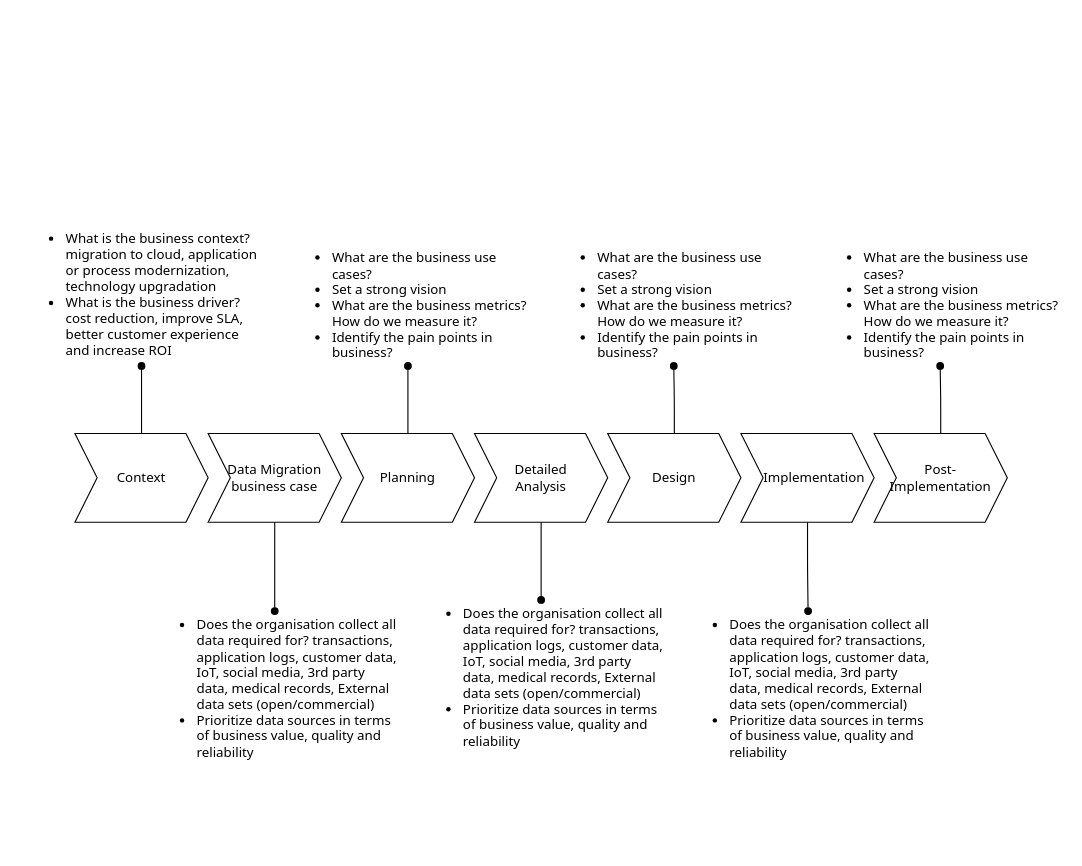
Earlier version of the draw.io diagram data migration plan.drawio (kanchantewary/MindMaps). Source tidied: cells renumbered, new cells numbered last; positions are measured from the earlier drawing's top-left corner, leaving out a move shared by most shapes. Both pictures are drawn from the tidied source at 111%, with x=0, y=0 at pixel (19, 222).
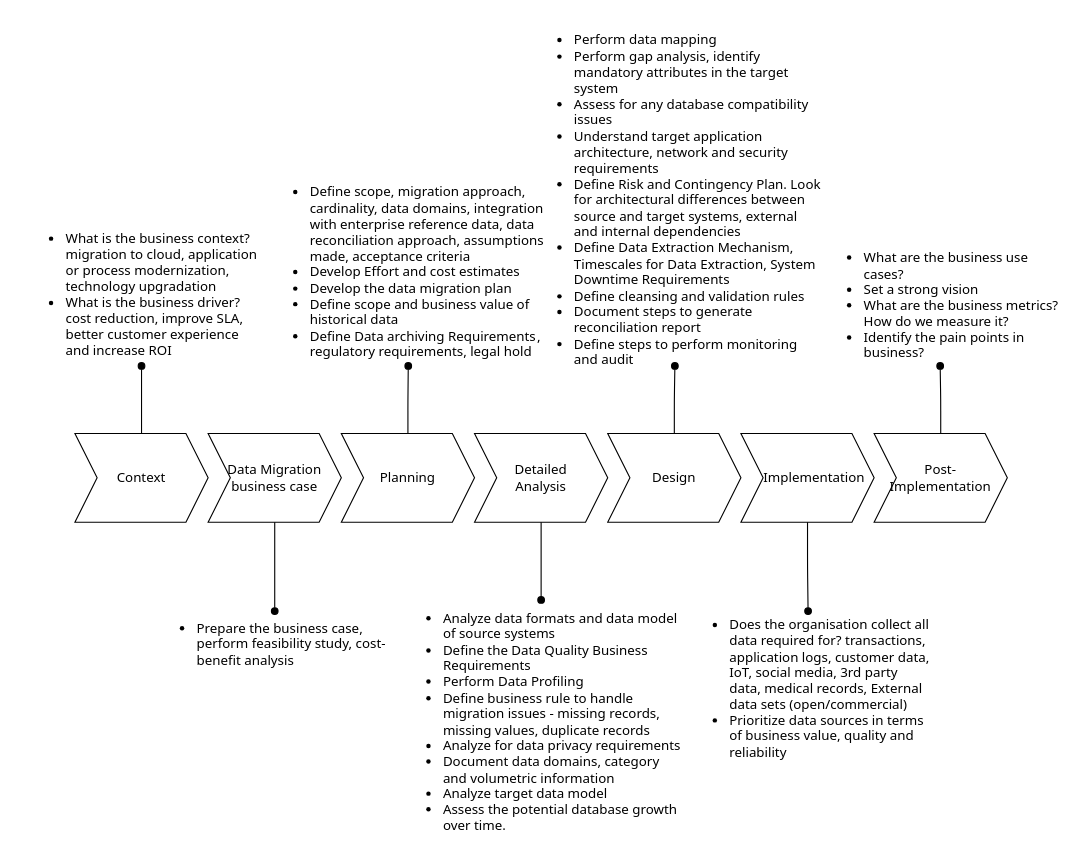
Above is the later version.

Diff of the diagram source:
```diff
@@
-    <mxCell id="12" value="&lt;ul&gt;&lt;li&gt;Does the organisation collect all data required for? transactions, application logs, customer data, IoT, social media, 3rd party data, medical records, External data sets (open/commercial)&lt;/li&gt;&lt;li&gt;Prioritize data sources in terms of business value, quality and reliability&lt;/li&gt;&lt;/ul&gt;" style="text;html=1;strokeColor=none;fillColor=none;align=left;verticalAlign=middle;whiteSpace=wrap;rounded=0;fontFamily=Tahoma;" parent="1" vertex="1">
-      <mxGeometry x="117.5" y="350" width="225" height="140" as="geometry" />
+    <mxCell id="12" value="&lt;ul&gt;&lt;li&gt;Prepare the business case, perform feasibility study, cost-benefit analysis&lt;/li&gt;&lt;/ul&gt;" style="text;html=1;strokeColor=none;fillColor=none;align=left;verticalAlign=middle;whiteSpace=wrap;rounded=0;fontFamily=Tahoma;" parent="1" vertex="1">
+      <mxGeometry x="117.5" y="350" width="225" height="60" as="geometry" />
     </mxCell>
@@
-    <mxCell id="14" value="&lt;ul&gt;&lt;li&gt;What are the business use cases?&lt;/li&gt;&lt;li&gt;Set a strong vision&lt;/li&gt;&lt;li&gt;What are the business metrics? How do we measure it?&lt;/li&gt;&lt;li&gt;Identify the pain points in business?&lt;/li&gt;&lt;/ul&gt;" style="text;html=1;strokeColor=none;fillColor=none;align=left;verticalAlign=middle;whiteSpace=wrap;rounded=0;fontFamily=Tahoma;" parent="1" vertex="1">
-      <mxGeometry x="239.5" y="20" width="221" height="109.2" as="geometry" />
+    <mxCell id="14" value="&lt;ul&gt;&lt;li&gt;Define scope, migration approach, cardinality, data domains, integration with enterprise reference data, data reconciliation approach, assumptions made, acceptance criteria&lt;/li&gt;&lt;li&gt;Develop Effort and cost estimates&lt;/li&gt;&lt;li&gt;Develop the data migration plan&lt;/li&gt;&lt;li&gt;Define scope and business value of historical data&lt;/li&gt;&lt;li&gt;Define Data archiving Requirements , regulatory requirements, legal hold&lt;/li&gt;&lt;/ul&gt;" style="text;html=1;strokeColor=none;fillColor=none;align=left;verticalAlign=middle;whiteSpace=wrap;rounded=0;fontFamily=Tahoma;" parent="1" vertex="1">
+      <mxGeometry x="219.5" y="-40" width="261.5" height="169.2" as="geometry" />
     </mxCell>
@@
-    <mxCell id="16" value="&lt;ul&gt;&lt;li&gt;What are the business use cases?&lt;/li&gt;&lt;li&gt;Set a strong vision&lt;/li&gt;&lt;li&gt;What are the business metrics? How do we measure it?&lt;/li&gt;&lt;li&gt;Identify the pain points in business?&lt;/li&gt;&lt;/ul&gt;" style="text;html=1;strokeColor=none;fillColor=none;align=left;verticalAlign=middle;whiteSpace=wrap;rounded=0;fontFamily=Tahoma;" parent="1" vertex="1">
-      <mxGeometry x="479" y="20" width="221" height="109.2" as="geometry" />
+    <mxCell id="16" value="&lt;ul&gt;&lt;li&gt;Perform data mapping&lt;/li&gt;&lt;li&gt;Perform gap analysis, identify mandatory attributes in the target system&lt;/li&gt;&lt;li&gt;Assess for any database compatibility issues&lt;/li&gt;&lt;li class=&quot;graf graf--li&quot;&gt;Understand target application architecture, network and security requirements&lt;/li&gt;&lt;li class=&quot;graf graf--li&quot;&gt;Define Risk and Contingency Plan. Look for architectural differences between source and target systems, external and internal dependencies&lt;/li&gt;&lt;li class=&quot;graf graf--li&quot;&gt;Define Data Extraction Mechanism, Timescales for Data Extraction, System Downtime Requirements&lt;/li&gt;&lt;li class=&quot;graf graf--li&quot;&gt;Define cleansing and validation rules&lt;/li&gt;&lt;li class=&quot;graf graf--li&quot;&gt;Document steps to generate reconciliation report&lt;/li&gt;&lt;li class=&quot;graf graf--li&quot;&gt;Define steps to perform monitoring and audit&lt;/li&gt;&lt;/ul&gt;" style="text;html=1;strokeColor=none;fillColor=none;align=left;verticalAlign=middle;whiteSpace=wrap;rounded=0;fontFamily=Tahoma;" parent="1" vertex="1">
+      <mxGeometry x="458" y="-170" width="265" height="299.2" as="geometry" />
     </mxCell>
@@
-    <mxCell id="20" value="&lt;ul&gt;&lt;li&gt;Does the organisation collect all data required for? transactions, application logs, customer data, IoT, social media, 3rd party data, medical records, External data sets (open/commercial)&lt;/li&gt;&lt;li&gt;Prioritize data sources in terms of business value, quality and reliability&lt;/li&gt;&lt;/ul&gt;" style="text;html=1;strokeColor=none;fillColor=none;align=left;verticalAlign=middle;whiteSpace=wrap;rounded=0;fontFamily=Tahoma;" parent="1" vertex="1">
-      <mxGeometry x="357.5" y="340" width="225" height="140" as="geometry" />
+    <mxCell id="20" value="&lt;ul&gt;&lt;li&gt;Analyze data formats and data model of source systems&lt;/li&gt;&lt;li class=&quot;graf graf--li&quot;&gt;Define the Data Quality Business Requirements&lt;/li&gt;&lt;li class=&quot;graf graf--li&quot;&gt;Perform Data Profiling&lt;/li&gt;&lt;li class=&quot;graf graf--li&quot;&gt;Define business rule to handle migration issues - missing records, missing values, duplicate records&lt;/li&gt;&lt;li class=&quot;graf graf--li&quot;&gt;Analyze for data privacy requirements&lt;/li&gt;&lt;li class=&quot;graf graf--li&quot;&gt;Document data domains, category and volumetric information&lt;/li&gt;&lt;li class=&quot;graf graf--li&quot;&gt;Analyze target data model&lt;/li&gt;&lt;li class=&quot;graf graf--li&quot;&gt;Assess the potential database growth over time.&lt;/li&gt;&lt;/ul&gt;" style="text;html=1;strokeColor=none;fillColor=none;align=left;verticalAlign=middle;whiteSpace=wrap;rounded=0;fontFamily=Tahoma;" parent="1" vertex="1">
+      <mxGeometry x="340" y="340" width="260" height="220" as="geometry" />
     </mxCell>
```
